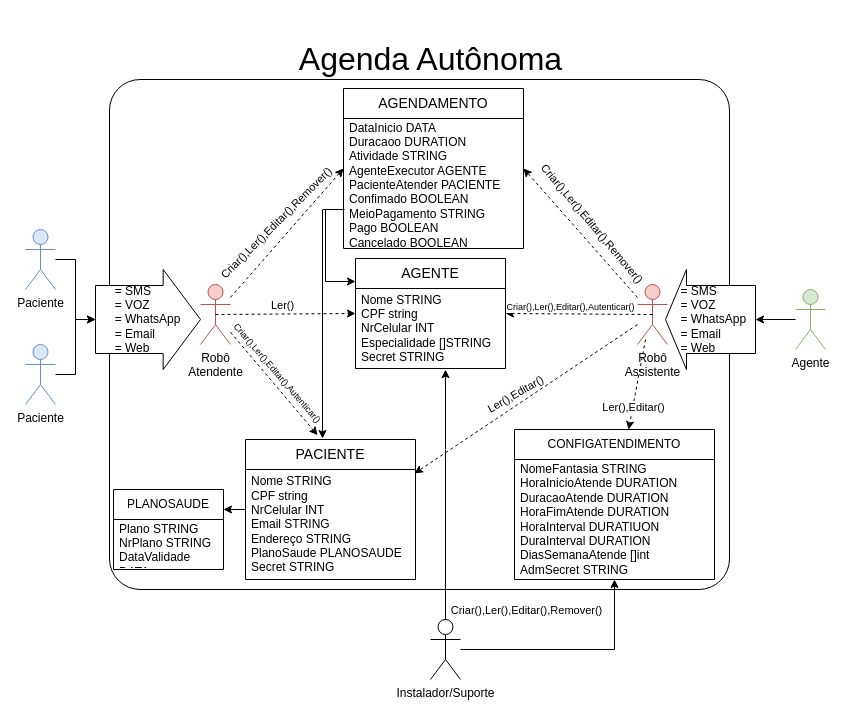
gunboe/Agenda keeps this draw.io diagram as page "Página-1" (1 of 2) of Agenda.drawio. Above is the earlier version. Source tidied: cells renumbered, new cells numbered last; positions are measured from the earlier drawing's top-left corner, leaving out a move shared by most shapes. Both pictures are drawn from the tidied source at 100%, with x=0, y=0 at pixel (25, 29).
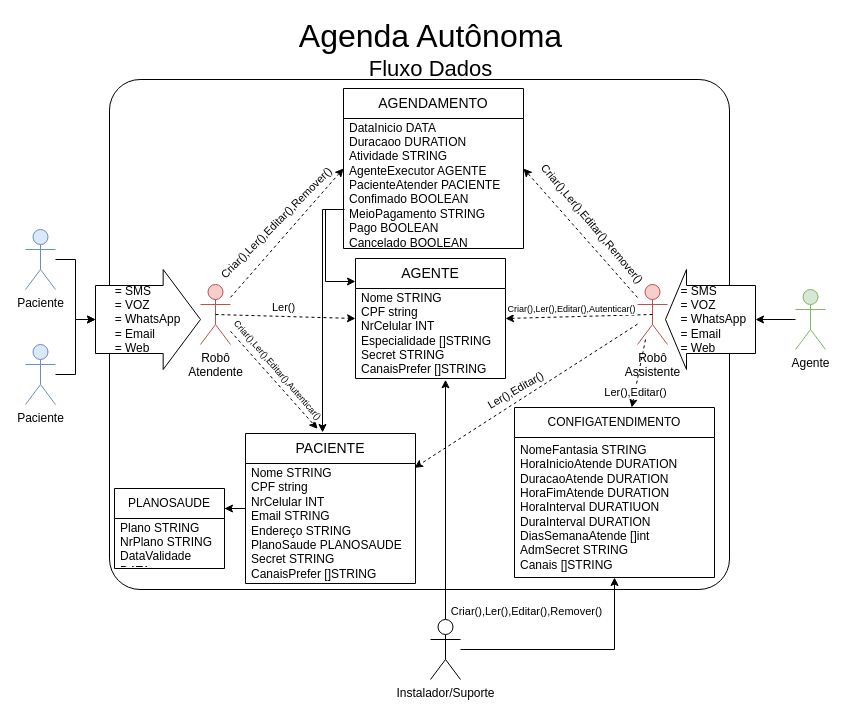
Above is the later version.

Commit message:
Adição de Canais de Atendimento e criação fluxo de mensagens

Diff of the diagram source:
```diff
@@
     <mxCell id="13" value="&lt;font style=&quot;font-size: 14px;&quot;&gt;PACIENTE&lt;/font&gt;" style="swimlane;fontStyle=0;horizontal=1;startSize=30;whiteSpace=wrap;html=1;" parent="1" vertex="1">
-      <mxGeometry x="220" y="410" width="170" height="140" as="geometry" />
+      <mxGeometry x="220" y="404" width="170" height="150" as="geometry" />
     </mxCell>
-    <mxCell id="14" value="Nome STRING&lt;br&gt;CPF string&lt;br&gt;NrCelular INT&lt;br&gt;Email STRING&lt;br&gt;Endereço STRING&lt;br&gt;PlanoSaude PLANOSAUDE&lt;br&gt;Secret STRING" style="text;strokeColor=none;fillColor=none;align=left;verticalAlign=middle;spacingLeft=4;spacingRight=4;overflow=hidden;points=[[0,0.5],[1,0.5]];portConstraint=eastwest;whiteSpace=wrap;html=1;" parent="13" vertex="1">
-      <mxGeometry y="30" width="170" height="110" as="geometry" />
+    <mxCell id="14" value="Nome STRING&lt;br&gt;CPF string&lt;br&gt;NrCelular INT&lt;br&gt;Email STRING&lt;br&gt;Endereço STRING&lt;br&gt;PlanoSaude PLANOSAUDE&lt;br&gt;Secret STRING&lt;br&gt;CanaisPrefer []STRING" style="text;strokeColor=none;fillColor=none;align=left;verticalAlign=middle;spacingLeft=4;spacingRight=4;overflow=hidden;points=[[0,0.5],[1,0.5]];portConstraint=eastwest;whiteSpace=wrap;html=1;" parent="13" vertex="1">
+      <mxGeometry y="30" width="170" height="120" as="geometry" />
     </mxCell>
@@
     <mxCell id="21" value="&lt;font style=&quot;font-size: 14px;&quot;&gt;AGENTE&lt;/font&gt;" style="swimlane;fontStyle=0;horizontal=1;startSize=30;whiteSpace=wrap;html=1;" parent="1" vertex="1">
-      <mxGeometry x="330" y="229" width="150" height="110" as="geometry" />
+      <mxGeometry x="330" y="229" width="150" height="120" as="geometry" />
     </mxCell>
-    <mxCell id="22" value="Nome STRING&lt;br&gt;CPF string&lt;br&gt;NrCelular INT&lt;br&gt;Especialidade []STRING&lt;br&gt;Secret STRING" style="text;strokeColor=none;fillColor=none;align=left;verticalAlign=middle;spacingLeft=4;spacingRight=4;overflow=hidden;points=[[0,0.5],[1,0.5]];portConstraint=eastwest;whiteSpace=wrap;html=1;" parent="21" vertex="1">
-      <mxGeometry y="30" width="150" height="80" as="geometry" />
+    <mxCell id="22" value="Nome STRING&lt;br&gt;CPF string&lt;br&gt;NrCelular INT&lt;br&gt;Especialidade []STRING&lt;br&gt;Secret STRING&lt;br&gt;CanaisPrefer []STRING" style="text;strokeColor=none;fillColor=none;align=left;verticalAlign=middle;spacingLeft=4;spacingRight=4;overflow=hidden;points=[[0,0.5],[1,0.5]];portConstraint=eastwest;whiteSpace=wrap;html=1;" parent="21" vertex="1">
+      <mxGeometry y="30" width="150" height="90" as="geometry" />
     </mxCell>
@@
     <mxCell id="33" value="CONFIGATENDIMENTO" style="swimlane;fontStyle=0;horizontal=1;startSize=30;whiteSpace=wrap;html=1;" parent="1" vertex="1">
-      <mxGeometry x="489" y="400" width="200" height="150" as="geometry" />
+      <mxGeometry x="489" y="378" width="200" height="170" as="geometry" />
     </mxCell>
-    <mxCell id="34" value="NomeFantasia STRING&lt;br&gt;HoraInicioAtende DURATION&lt;br&gt;DuracaoAtende DURATION&lt;br&gt;HoraFimAtende DURATION&lt;br&gt;HoraInterval DURATIUON&lt;br&gt;DuraInterval DURATION&lt;br&gt;DiasSemanaAtende []int&lt;br&gt;AdmSecret STRING" style="text;strokeColor=none;fillColor=none;align=left;verticalAlign=middle;spacingLeft=4;spacingRight=4;overflow=hidden;whiteSpace=wrap;html=1;" parent="33" vertex="1">
-      <mxGeometry y="30" width="200" height="120" as="geometry" />
+    <mxCell id="34" value="NomeFantasia STRING&lt;br&gt;HoraInicioAtende DURATION&lt;br&gt;DuracaoAtende DURATION&lt;br&gt;HoraFimAtende DURATION&lt;br&gt;HoraInterval DURATIUON&lt;br&gt;DuraInterval DURATION&lt;br&gt;DiasSemanaAtende []int&lt;br&gt;AdmSecret STRING&lt;br&gt;Canais []STRING" style="text;strokeColor=none;fillColor=none;align=left;verticalAlign=middle;spacingLeft=4;spacingRight=4;overflow=hidden;whiteSpace=wrap;html=1;" parent="33" vertex="1">
+      <mxGeometry y="30" width="200" height="140" as="geometry" />
     </mxCell>
@@
     <mxCell id="36" value="PLANOSAUDE" style="swimlane;fontStyle=0;horizontal=1;startSize=30;whiteSpace=wrap;html=1;" parent="1" vertex="1">
-      <mxGeometry x="88" y="460" width="110" height="80" as="geometry" />
+      <mxGeometry x="89" y="459" width="110" height="80" as="geometry" />
     </mxCell>
@@
-    <mxCell id="41" value="&lt;font style=&quot;font-size: 32px;&quot;&gt;Agenda Autônoma&lt;/font&gt;" style="text;html=1;strokeColor=none;fillColor=none;align=center;verticalAlign=middle;whiteSpace=wrap;rounded=0;" parent="1" vertex="1">
-      <mxGeometry x="257.5" width="295" height="60" as="geometry" />
+    <mxCell id="41" value="&lt;font style=&quot;&quot;&gt;&lt;span style=&quot;font-size: 32px;&quot;&gt;Agenda Autônoma&lt;/span&gt;&lt;br&gt;&lt;font style=&quot;font-size: 22px;&quot;&gt;Fluxo Dados&lt;/font&gt;&lt;br&gt;&lt;/font&gt;" style="text;html=1;strokeColor=none;fillColor=none;align=center;verticalAlign=middle;whiteSpace=wrap;rounded=0;" parent="1" vertex="1">
+      <mxGeometry x="257.5" y="-10" width="295" height="60" as="geometry" />
     </mxCell>
```
